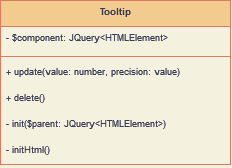
Before: uml/uml.png, a diagram exported from draw.io (Riemelt/justSlider). Source tidied: cells renumbered, new cells last; positions are measured from the earlier drawing's top-left corner, leaving out a move shared by most shapes.
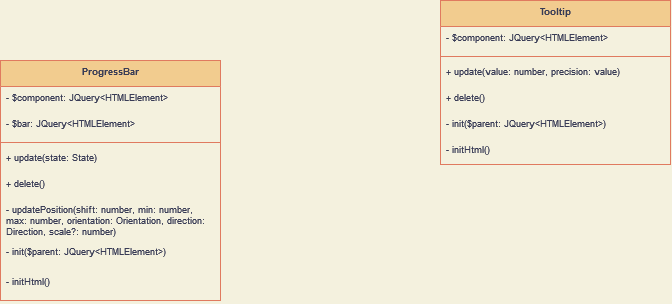
The same diagram one commit later.

Commit message:
UML: add ProgressBar

The edit, as a diff of the source:
```diff
@@ -23,5 +23,32 @@
     <mxCell id="8" value="- initHtml()" style="text;strokeColor=none;fillColor=none;align=left;verticalAlign=top;spacingLeft=4;spacingRight=4;overflow=hidden;glass=0;sketch=0;fontSize=9;fontColor=#393C56;" parent="2" vertex="1">
       <mxGeometry y="138" width="230" height="26" as="geometry" />
     </mxCell>
+    <mxCell id="9" value="ProgressBar" style="swimlane;fontStyle=1;align=center;verticalAlign=top;horizontal=1;startSize=26;strokeColor=#E07A5F;fontSize=9;fontColor=#393C56;fillColor=#F2CC8F;" parent="1" vertex="1">
+      <mxGeometry x="-440" y="60" width="220" height="240" as="geometry" />
+    </mxCell>
+    <mxCell id="10" value="- $component: JQuery&lt;HTMLElement&gt;" style="text;strokeColor=none;fillColor=none;align=left;verticalAlign=top;spacingLeft=4;spacingRight=4;overflow=hidden;fontSize=9;fontColor=#393C56;" parent="9" vertex="1">
+      <mxGeometry y="26" width="220" height="26" as="geometry" />
+    </mxCell>
+    <mxCell id="11" value="- $bar: JQuery&lt;HTMLElement&gt;" style="text;strokeColor=none;fillColor=none;align=left;verticalAlign=top;spacingLeft=4;spacingRight=4;overflow=hidden;fontSize=9;fontColor=#393C56;" parent="9" vertex="1">
+      <mxGeometry y="52" width="220" height="26" as="geometry" />
+    </mxCell>
+    <mxCell id="12" style="line;strokeWidth=1;fillColor=none;align=left;verticalAlign=middle;spacingTop=-1;spacingLeft=3;spacingRight=3;labelPosition=right;strokeColor=inherit;fontSize=9;fontColor=#393C56;" parent="9" vertex="1">
+      <mxGeometry y="78" width="220" height="8" as="geometry" />
+    </mxCell>
+    <mxCell id="13" value="+ update(state: State)" style="text;strokeColor=none;fillColor=none;align=left;verticalAlign=top;spacingLeft=4;spacingRight=4;overflow=hidden;fontSize=9;fontColor=#393C56;" parent="9" vertex="1">
+      <mxGeometry y="86" width="220" height="26" as="geometry" />
+    </mxCell>
+    <mxCell id="14" value="+ delete()" style="text;strokeColor=none;fillColor=none;align=left;verticalAlign=top;spacingLeft=4;spacingRight=4;overflow=hidden;fontSize=9;fontColor=#393C56;" parent="9" vertex="1">
+      <mxGeometry y="112" width="220" height="26" as="geometry" />
+    </mxCell>
+    <mxCell id="15" value="- updatePosition(shift: number, min: number, max: number, orientation: Orientation, direction: Direction, scale?: number)" style="text;strokeColor=none;fillColor=none;align=left;verticalAlign=top;spacingLeft=4;spacingRight=4;overflow=hidden;fontSize=9;fontColor=#393C56;whiteSpace=wrap;" parent="9" vertex="1">
+      <mxGeometry y="138" width="220" height="42" as="geometry" />
+    </mxCell>
+    <mxCell id="16" value="- init($parent: JQuery&lt;HTMLElement&gt;)" style="text;strokeColor=none;fillColor=none;align=left;verticalAlign=top;spacingLeft=4;spacingRight=4;overflow=hidden;fontSize=9;fontColor=#393C56;whiteSpace=wrap;" parent="9" vertex="1">
+      <mxGeometry y="180" width="220" height="30" as="geometry" />
+    </mxCell>
+    <mxCell id="17" value="- initHtml()" style="text;strokeColor=none;fillColor=none;align=left;verticalAlign=top;spacingLeft=4;spacingRight=4;overflow=hidden;fontSize=9;fontColor=#393C56;whiteSpace=wrap;" parent="9" vertex="1">
+      <mxGeometry y="210" width="220" height="30" as="geometry" />
+    </mxCell>
   </root>
 </mxGraphModel>
```
